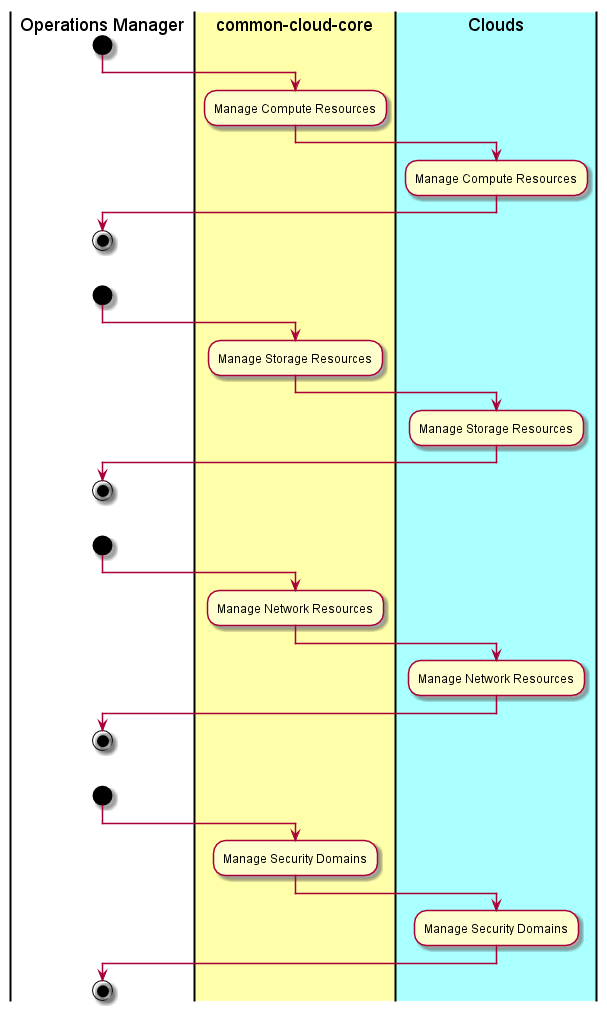
Above: docs/UseCases/Manage-Infrastructure/Activities.png in CAADE/C3 (PlantUML), before the change.
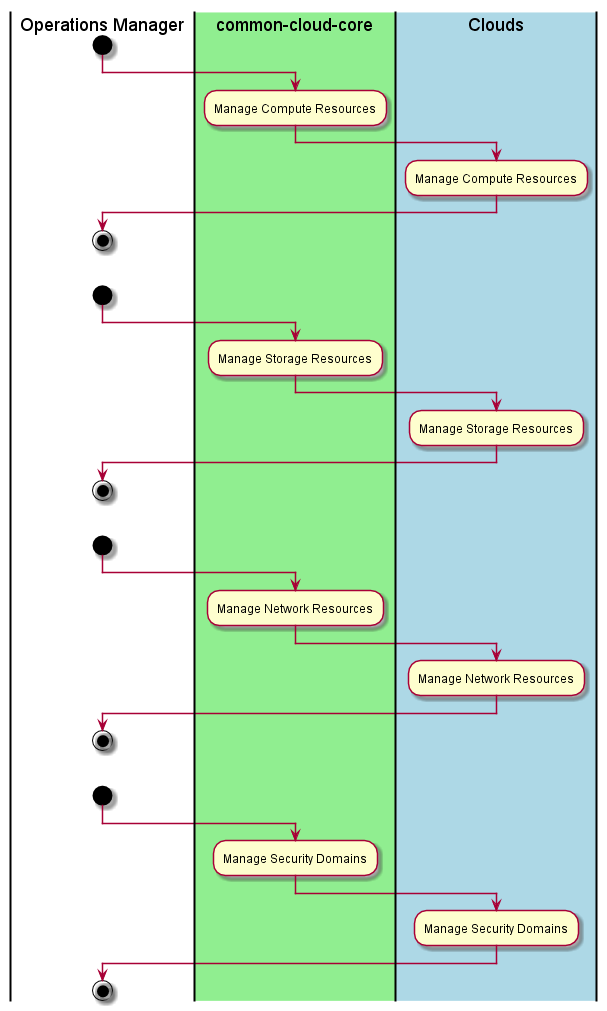
The same diagram one commit later.

The edit, as a diff of the source:
```diff
@@ -1,28 +1,28 @@
 @startuml
 |Operations Manager|
 start
-|#ffffaa|common-cloud-core|
+|#lightgreen|common-cloud-core|
 :Manage Compute Resources;
-|#aaffff|Clouds|
+|#lightblue|Clouds|
 :Manage Compute Resources;
 |Operations Manager|
 stop
 start
-|#ffffaa|common-cloud-core|
+|#lightgreen|common-cloud-core|
 :Manage Storage Resources;
 |Clouds|
 :Manage Storage Resources;
 |Operations Manager|
 stop
 start
-|#ffffaa|common-cloud-core|
+|#lightgreen|common-cloud-core|
 :Manage Network Resources;
 |Clouds|
 :Manage Network Resources;
 |Operations Manager|
 stop
 start
-|#ffffaa|common-cloud-core|
+|#lightgreen|common-cloud-core|
 :Manage Security Domains;
 |Clouds|
 :Manage Security Domains;
```
